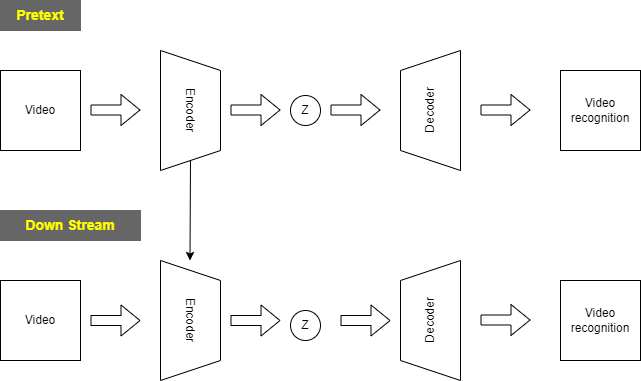
Before: 연구주제.drawio.png, a diagram exported from draw.io (Kyoungrae-Noh/Self-Supervised-Learning). Source tidied: cells renumbered, new cells last; positions are measured from the earlier drawing's top-left corner, leaving out a move shared by most shapes.
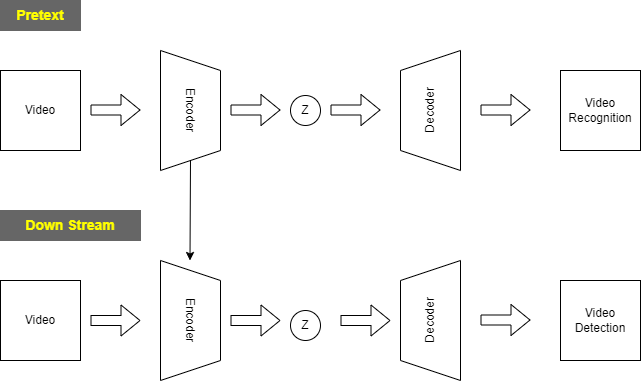
Above is the later version.

Commit message:
연구주제.drawio.png 업데이트

What changed in the source:
```diff
@@ -38,7 +38,7 @@
         <mxPoint x="530" y="109.5" as="targetPoint" />
       </mxGeometry>
     </mxCell>
-    <mxCell id="10" value="Video&lt;br&gt;recognition" style="whiteSpace=wrap;html=1;" parent="1" vertex="1">
+    <mxCell id="10" value="Video&lt;br&gt;Recognition" style="whiteSpace=wrap;html=1;" parent="1" vertex="1">
       <mxGeometry x="560" y="70" width="80" height="80" as="geometry" />
     </mxCell>
     <mxCell id="11" style="endArrow=classic;html=1;rounded=0;fillColor=#FFFFFF;exitX=1;exitY=0.5;exitDx=0;exitDy=0;" parent="1" edge="1" source="4">
@@ -88,7 +88,7 @@
         <mxPoint x="530" y="319.5" as="targetPoint" />
       </mxGeometry>
     </mxCell>
-    <mxCell id="22" value="Video&lt;br&gt;recognition" style="whiteSpace=wrap;html=1;" parent="1" vertex="1">
+    <mxCell id="22" value="Video&lt;br&gt;Detection" style="whiteSpace=wrap;html=1;" parent="1" vertex="1">
       <mxGeometry x="560" y="280" width="80" height="80" as="geometry" />
     </mxCell>
   </root>
```
